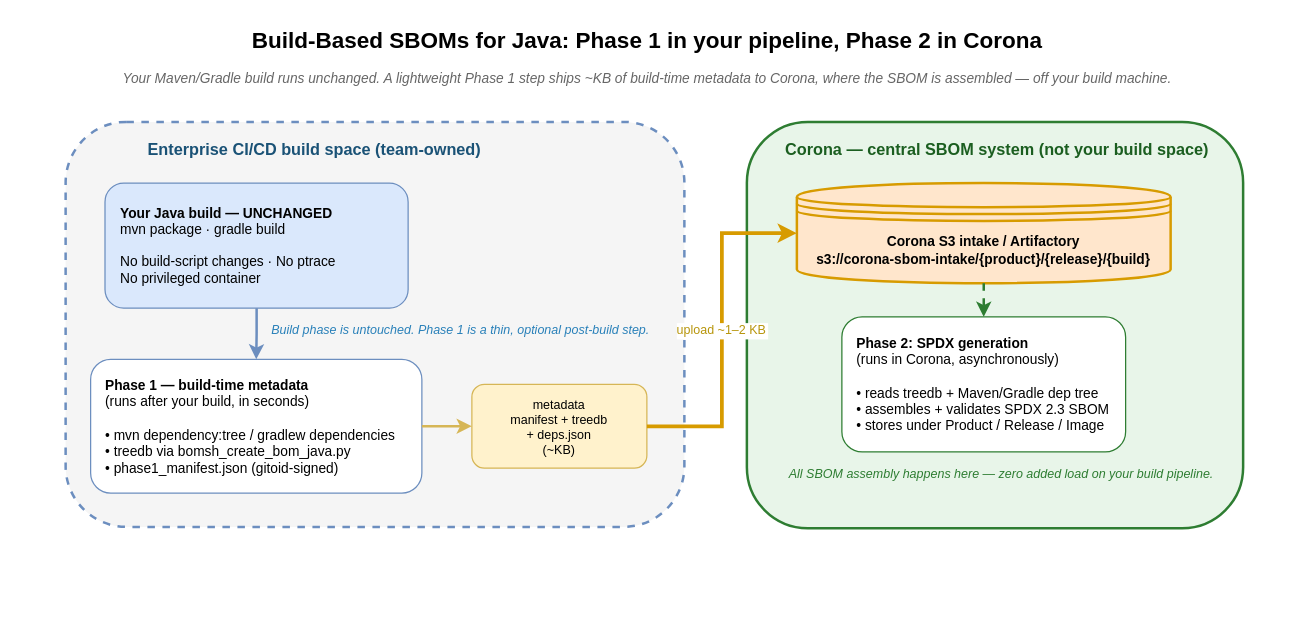
Above: docs/sidecar/java/java-sbom-phase-split.drawio in tedg-dev/bisbom-gen (draw.io), before the change. Source tidied: cells renumbered, new cells numbered last; positions are measured from the earlier drawing's top-left corner, leaving out a move shared by most shapes. Both pictures are drawn from the tidied source at 125%, with x=0, y=0 at pixel (21, 21).
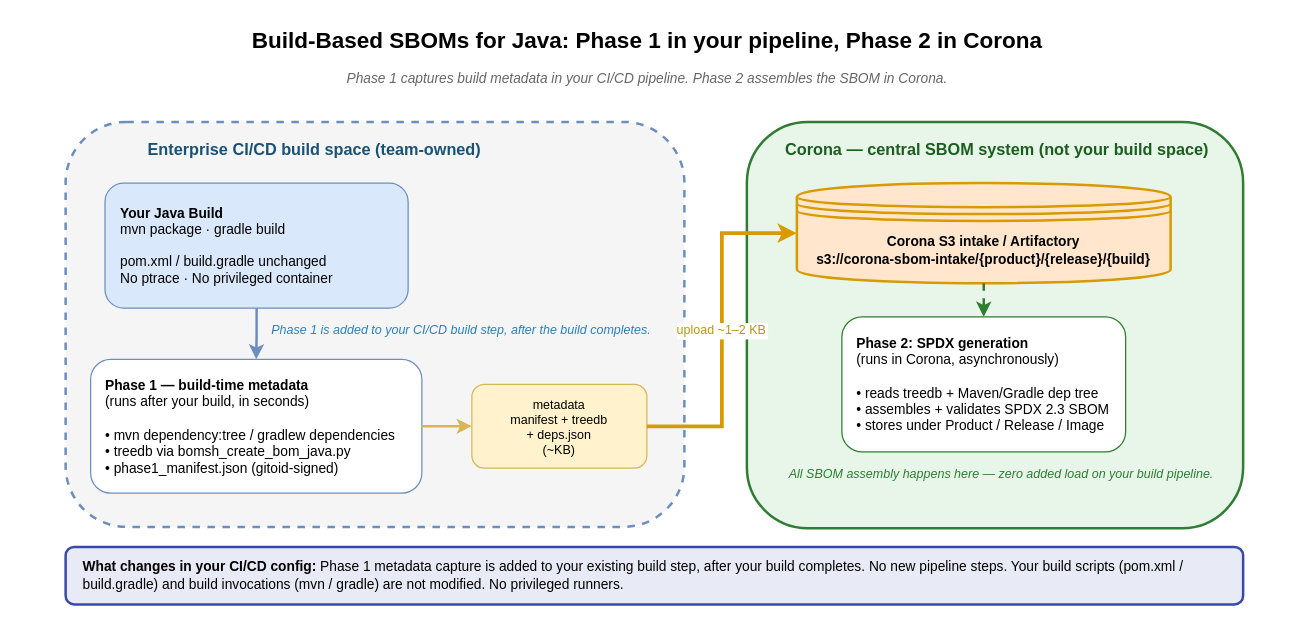
Above is the later version.

Diff of the diagram source:
```diff
@@
 <mxGraphModel>
   <root>
     <mxCell id="0" />
     <mxCell id="1" parent="0" />
     <mxCell id="2" value="Build-Based SBOMs for Java: Phase 1 in your pipeline, Phase 2 in Corona" style="text;html=1;fontSize=18;fontStyle=1;align=center;verticalAlign=middle;" parent="1" vertex="1">
       <mxGeometry width="1000" height="30" as="geometry" />
     </mxCell>
-    <mxCell id="3" value="Your Maven/Gradle build runs unchanged. A lightweight Phase 1 step ships ~KB of build-time metadata to Corona, where the SBOM is assembled — off your build machine." style="text;html=1;fontSize=11;fontStyle=2;align=center;fontColor=#666666;" parent="1" vertex="1">
+    <mxCell id="3" value="Phase 1 captures build metadata in your CI/CD pipeline. Phase 2 assembles the SBOM in Corona." style="text;html=1;fontSize=11;fontStyle=2;align=center;fontColor=#666666;" parent="1" vertex="1">
       <mxGeometry y="32" width="1000" height="34" as="geometry" />
     </mxCell>
     <mxCell id="4" style="rounded=1;whiteSpace=wrap;html=1;fillColor=#f5f5f5;strokeColor=#6c8ebf;strokeWidth=2;dashed=1;" parent="1" vertex="1">
       <mxGeometry x="35" y="80" width="495" height="324" as="geometry" />
     </mxCell>
     <mxCell id="5" value="Enterprise CI/CD build space (team-owned)" style="text;html=1;fontSize=13;fontStyle=1;align=left;fontColor=#1a5276;" parent="1" vertex="1">
       <mxGeometry x="99" y="88" width="320" height="24" as="geometry" />
     </mxCell>
-    <mxCell id="6" value="&lt;b&gt;Your Java build — UNCHANGED&lt;/b&gt;&#10;mvn package · gradle build&#10;&#10;No build-script changes · No ptrace&#10;No privileged container" style="rounded=1;whiteSpace=wrap;html=1;fillColor=#dae8fc;strokeColor=#6c8ebf;fontSize=11;align=left;verticalAlign=middle;spacingLeft=10;" parent="1" vertex="1">
+    <mxCell id="6" value="&lt;b&gt;Your Java Build&lt;/b&gt;&#10;mvn package · gradle build&#10;&#10;pom.xml / build.gradle unchanged&#10;No ptrace · No privileged container" style="rounded=1;whiteSpace=wrap;html=1;fillColor=#dae8fc;strokeColor=#6c8ebf;fontSize=11;align=left;verticalAlign=middle;spacingLeft=10;" parent="1" vertex="1">
       <mxGeometry x="66.5" y="129" width="242.5" height="100" as="geometry" />
     </mxCell>
     <mxCell id="7" value="&lt;b&gt;Phase 1 — build-time metadata&lt;/b&gt;&#10;(runs after your build, in seconds)&#10;&#10;• mvn dependency:tree / gradlew dependencies&#10;• treedb via bomsh_create_bom_java.py&#10;• phase1_manifest.json (gitoid-signed)" style="rounded=1;whiteSpace=wrap;html=1;fillColor=#ffffff;strokeColor=#6c8ebf;fontSize=11;align=left;verticalAlign=middle;spacingLeft=10;" parent="1" vertex="1">
       <mxGeometry x="55" y="270" width="265" height="107" as="geometry" />
     </mxCell>
     <mxCell id="8" style="edgeStyle=orthogonalEdgeStyle;rounded=0;strokeColor=#6c8ebf;strokeWidth=2;" parent="1" edge="1" source="6" target="7">
       <mxGeometry relative="1" as="geometry" />
     </mxCell>
     <mxCell id="9" value="metadata&#10;manifest + treedb&#10;+ deps.json&#10;(~KB)" style="rounded=1;whiteSpace=wrap;html=1;fillColor=#fff2cc;strokeColor=#d6b656;fontSize=10;verticalAlign=middle;align=center;" parent="1" vertex="1">
       <mxGeometry x="360" y="290" width="140" height="67" as="geometry" />
     </mxCell>
     <mxCell id="10" style="edgeStyle=orthogonalEdgeStyle;rounded=0;strokeColor=#d6b656;strokeWidth=2;" parent="1" edge="1" source="7" target="9">
       <mxGeometry relative="1" as="geometry" />
     </mxCell>
-    <mxCell id="11" value="Build phase is untouched. Phase 1 is a thin, optional post-build step." style="text;html=1;fontSize=10;fontStyle=2;align=left;fontColor=#2980b9;" parent="1" vertex="1">
+    <mxCell id="11" value="Phase 1 is added to your CI/CD build step, after the build completes." style="text;html=1;fontSize=10;fontStyle=2;align=left;fontColor=#2980b9;" parent="1" vertex="1">
       <mxGeometry x="198" y="234" width="320" height="18" as="geometry" />
     </mxCell>
     <mxCell id="12" style="rounded=1;whiteSpace=wrap;html=1;fillColor=#e8f5e9;strokeColor=#2e7d32;strokeWidth=2;" parent="1" vertex="1">
       <mxGeometry x="580" y="80" width="397" height="325" as="geometry" />
     </mxCell>
     <mxCell id="13" value="Corona — central SBOM system (not your build space)" style="text;html=1;fontSize=13;fontStyle=1;align=left;fontColor=#1b5e20;" parent="1" vertex="1">
       <mxGeometry x="609" y="88" width="355" height="24" as="geometry" />
     </mxCell>
     <mxCell id="14" value="Corona S3 intake / Artifactory&#10;s3://corona-sbom-intake/{product}/{release}/{build}" style="shape=datastore;whiteSpace=wrap;html=1;fillColor=#ffe6cc;strokeColor=#d79b00;strokeWidth=2;fontSize=11;fontStyle=1;" parent="1" vertex="1">
       <mxGeometry x="620" y="129" width="299" height="80" as="geometry" />
     </mxCell>
     <mxCell id="15" value="&lt;b&gt;Phase 2: SPDX generation&lt;/b&gt;&#10;(runs in Corona, asynchronously)&#10;&#10;• reads treedb + Maven/Gradle dep tree&#10;• assembles + validates SPDX 2.3 SBOM&#10;• stores under Product / Release / Image" style="rounded=1;whiteSpace=wrap;html=1;fillColor=#ffffff;strokeColor=#2e7d32;fontSize=11;align=left;verticalAlign=middle;spacingLeft=10;" parent="1" vertex="1">
       <mxGeometry x="656" y="236" width="227" height="108" as="geometry" />
     </mxCell>
     <mxCell id="16" value="All SBOM assembly happens here — zero added load on your build pipeline." style="text;html=1;fontSize=10;fontStyle=2;align=left;fontColor=#2e7d32;" parent="1" vertex="1">
       <mxGeometry x="611.5" y="349" width="350" height="26" as="geometry" />
     </mxCell>
     <mxCell id="17" value="upload ~1–2 KB" style="edgeStyle=orthogonalEdgeStyle;rounded=0;strokeColor=#d79b00;strokeWidth=3;fontSize=10;fontColor=#b7950b;entryX=0;entryY=0.5;entryDx=0;entryDy=0;" parent="1" edge="1" source="9" target="14">
       <mxGeometry relative="1" as="geometry" />
     </mxCell>
     <mxCell id="18" style="edgeStyle=orthogonalEdgeStyle;rounded=0;strokeColor=#2e7d32;strokeWidth=2;dashed=1;" parent="1" edge="1" source="14" target="15">
       <mxGeometry relative="1" as="geometry" />
     </mxCell>
+    <mxCell id="19" value="&lt;b&gt;What changes in your CI/CD config:&lt;/b&gt; Phase 1 metadata capture is added to your existing build step, after your build completes. No new pipeline steps. Your build scripts (pom.xml / build.gradle) and build invocations (mvn / gradle) are not modified. No privileged runners." style="rounded=1;whiteSpace=wrap;html=1;fillColor=#e8eaf6;strokeColor=#3949ab;strokeWidth=2;fontSize=11;fontStyle=0;align=left;verticalAlign=middle;spacingLeft=12;spacingRight=12;" parent="1" vertex="1">
+      <mxGeometry x="35" y="420" width="942" height="46" as="geometry" />
+    </mxCell>
   </root>
 </mxGraphModel>
```
